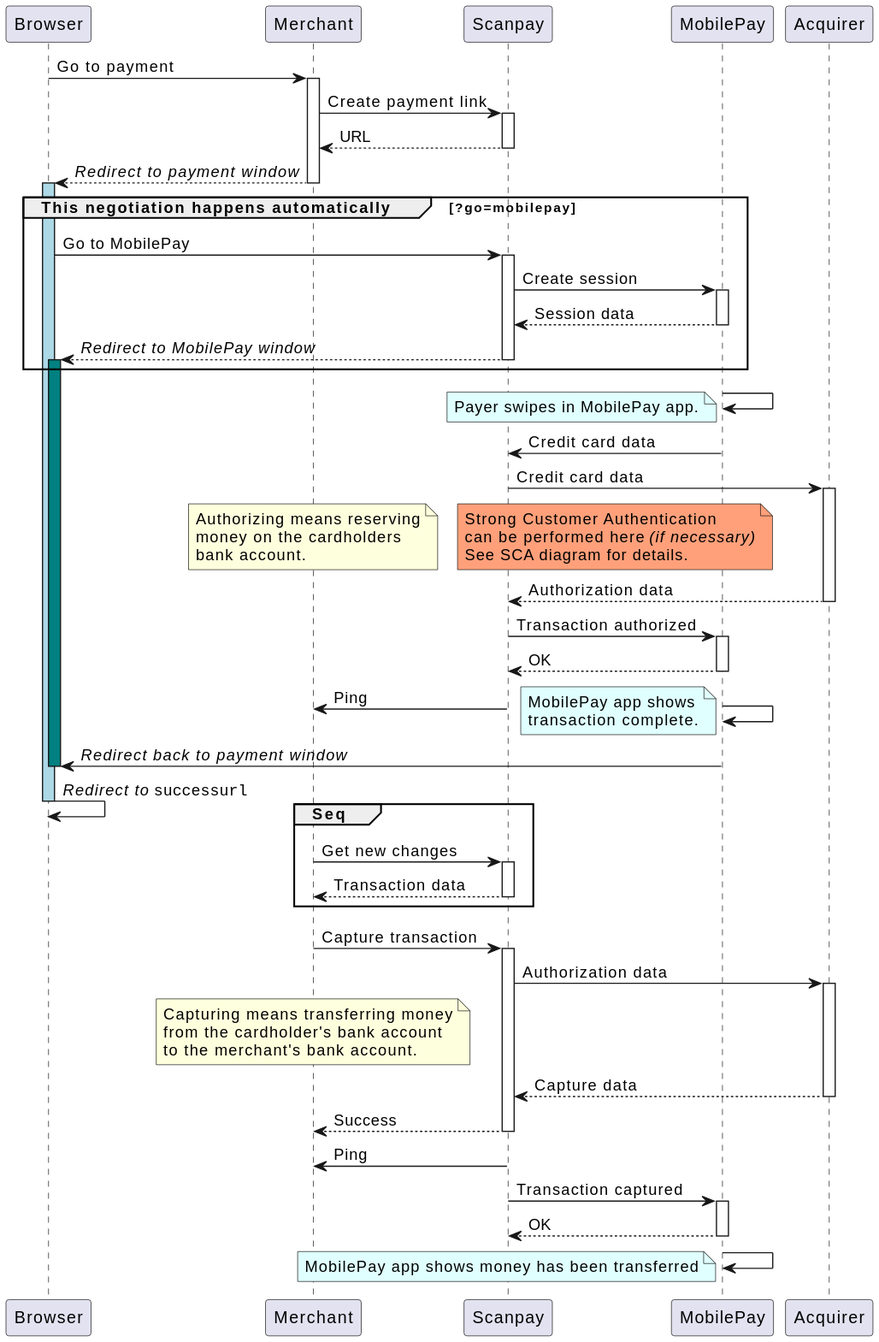
Earlier version of the PlantUML export src/docs/synchronization/img/sequence-mobilepay.svg (scanpay/docs.scanpay.dk).
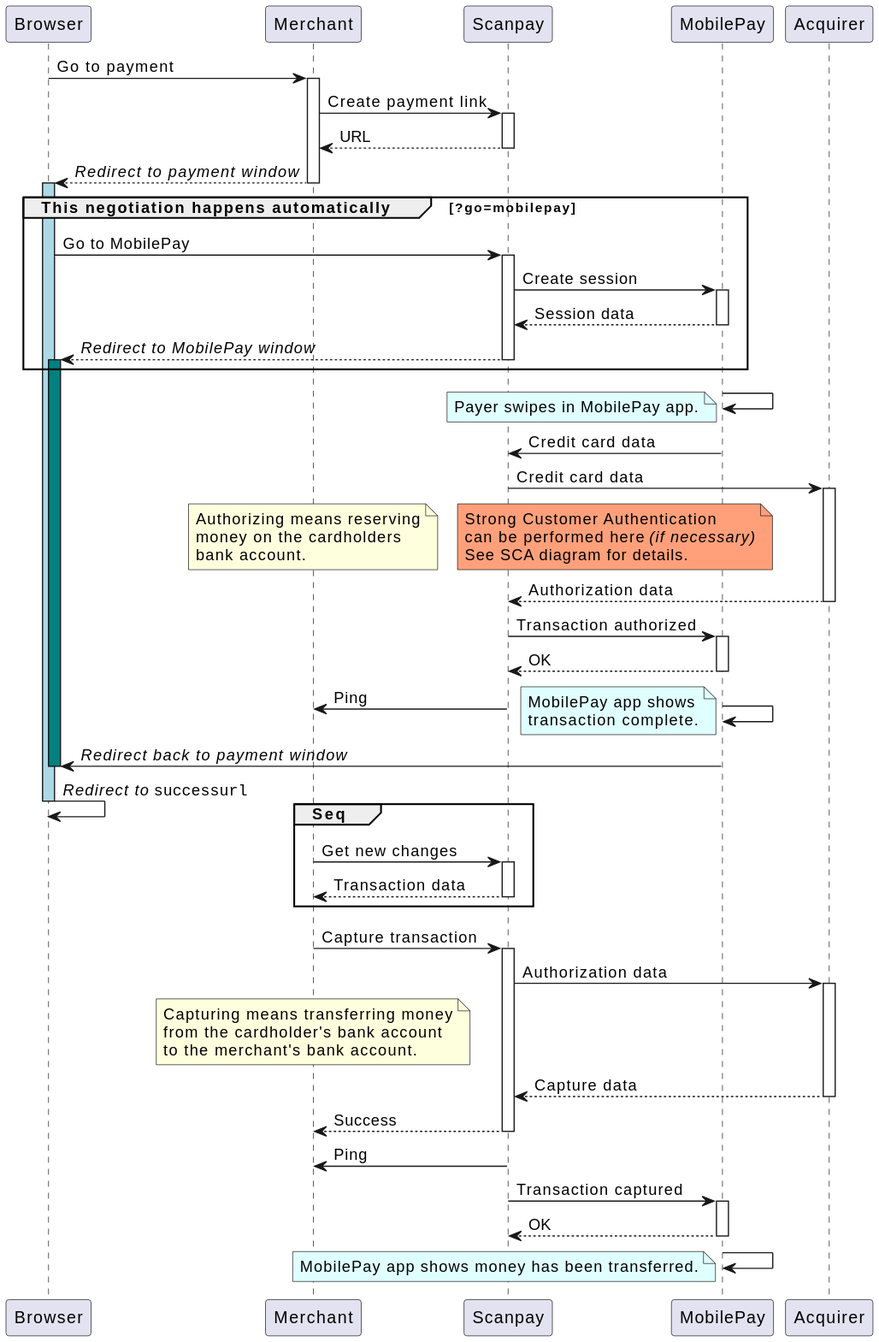
After the change.

Commit message:
More sequence diagrams

Diff of the diagram source:
```diff
@@ -9,7 +9,6 @@
 m -> sp ++ : Create payment link
 m <-- sp -- : URL
 b <-- m -- : //Redirect to payment window//
-deactivate m
 activate b #LightBlue
 group This negotiation happens automatically [?go=mobilepay]
     b -> sp ++ : Go to MobilePay
@@ -60,5 +59,5 @@
 sp -> mp ++ : Transaction captured
 sp <-- mp -- : OK
 mp -> mp
-note left #LightCyan : MobilePay app shows money has been transferred
+note left #LightCyan : MobilePay app shows money has been transferred.
 @enduml
```
